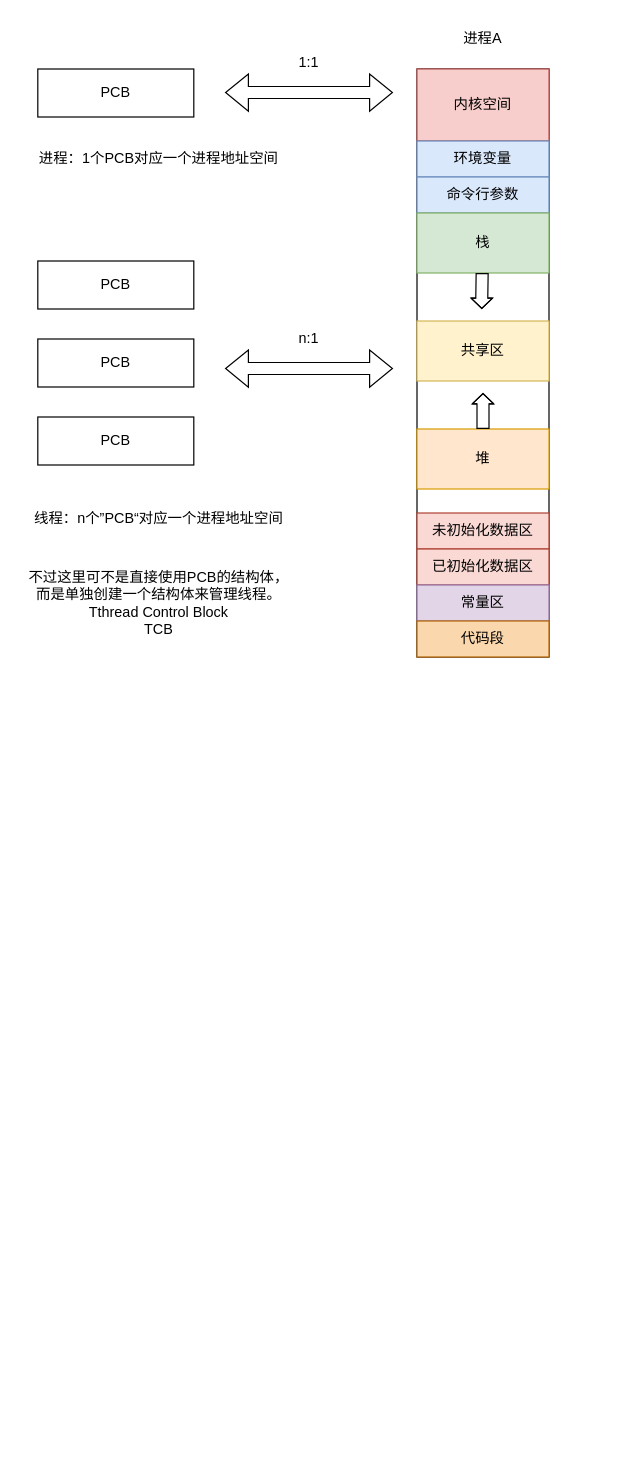
sfw003/sfw003.github.io keeps this draw.io diagram as page "线程" (2 of 3) of content/post/system/linux/linux进程管理/linux进程管理.drawio. Above is the earlier version. Source tidied: cells renumbered, new cells numbered last; positions are measured from the earlier drawing's top-left corner, leaving out a move shared by most shapes. Both pictures are drawn from the tidied source at 120%, with x=0, y=0 at pixel (20, 20).
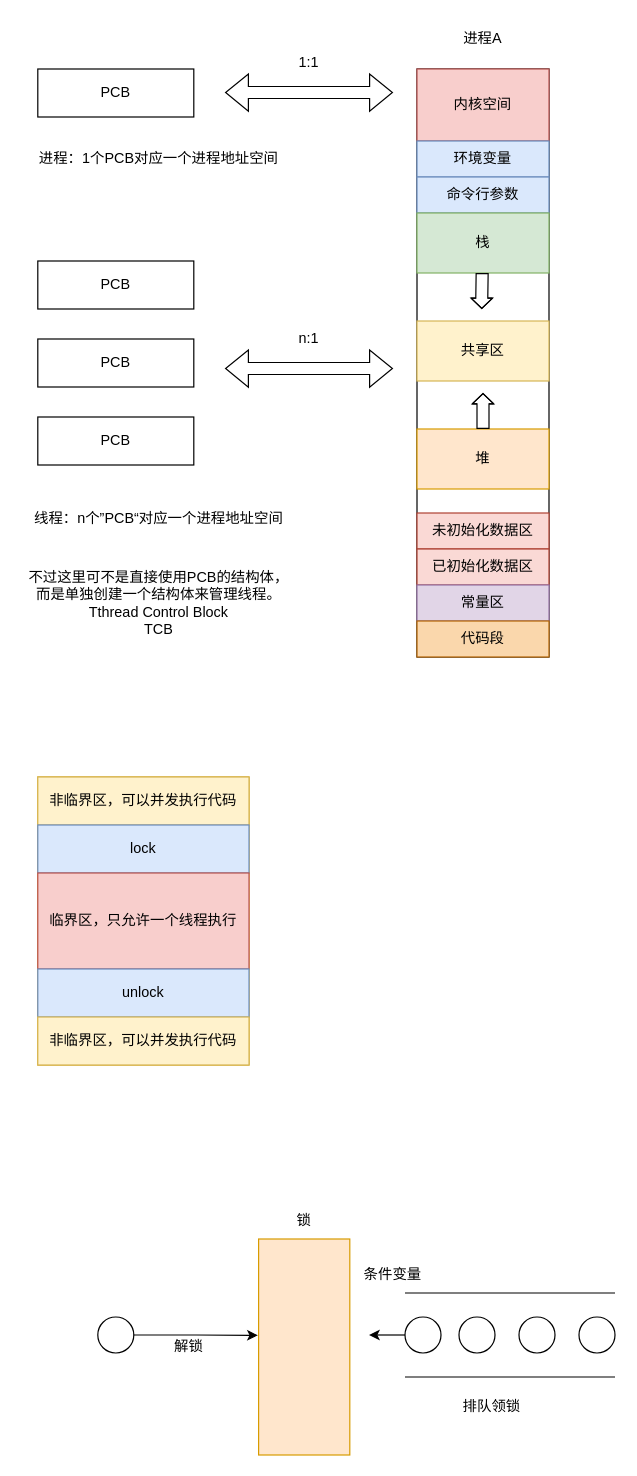
The same page after the edit.

Change to the diagram source:
```diff
@@
+    <mxCell id="27" style="rounded=0;whiteSpace=wrap;html=1;fillColor=#ffe6cc;strokeColor=#d79b00;" parent="1" vertex="1">
+      <mxGeometry x="14" y="630" width="176" height="240" as="geometry" />
+    </mxCell>
+    <mxCell id="28" style="rounded=0;whiteSpace=wrap;html=1;fillColor=#ffe6cc;strokeColor=#d79b00;" parent="1" vertex="1">
+      <mxGeometry x="198" y="1015" width="76" height="180" as="geometry" />
+    </mxCell>
+    <mxCell id="29" value="非临界区，可以并发执行代码" style="rounded=0;whiteSpace=wrap;html=1;fillColor=#fff2cc;strokeColor=#d6b656;" parent="1" vertex="1">
+      <mxGeometry x="14" y="630" width="176" height="40" as="geometry" />
+    </mxCell>
+    <mxCell id="30" value="lock" style="rounded=0;whiteSpace=wrap;html=1;fillColor=#dae8fc;strokeColor=#6c8ebf;" parent="1" vertex="1">
+      <mxGeometry x="14" y="670" width="176" height="40" as="geometry" />
+    </mxCell>
+    <mxCell id="31" value="临界区，只允许一个线程执行" style="rounded=0;whiteSpace=wrap;html=1;fillColor=#f8cecc;strokeColor=#b85450;" parent="1" vertex="1">
+      <mxGeometry x="14" y="710" width="176" height="80" as="geometry" />
+    </mxCell>
+    <mxCell id="32" value="unlock" style="rounded=0;whiteSpace=wrap;html=1;fillColor=#dae8fc;strokeColor=#6c8ebf;" parent="1" vertex="1">
+      <mxGeometry x="14" y="790" width="176" height="40" as="geometry" />
+    </mxCell>
+    <mxCell id="33" value="非临界区，可以并发执行代码" style="rounded=0;whiteSpace=wrap;html=1;fillColor=#fff2cc;strokeColor=#d6b656;" parent="1" vertex="1">
+      <mxGeometry x="14" y="830" width="176" height="40" as="geometry" />
+    </mxCell>
+    <mxCell id="34" style="ellipse;whiteSpace=wrap;html=1;" parent="1" vertex="1">
+      <mxGeometry x="365" y="1080" width="30" height="30" as="geometry" />
+    </mxCell>
+    <mxCell id="35" style="edgeStyle=orthogonalEdgeStyle;rounded=0;jettySize=auto;html=1;exitX=0;exitY=0.5;exitDx=0;exitDy=0;" parent="1" edge="1" source="36">
+      <mxGeometry relative="1" as="geometry">
+        <mxPoint x="290" y="1095.2" as="targetPoint" />
+      </mxGeometry>
+    </mxCell>
+    <mxCell id="36" style="ellipse;whiteSpace=wrap;html=1;" parent="1" vertex="1">
+      <mxGeometry x="320" y="1080" width="30" height="30" as="geometry" />
+    </mxCell>
+    <mxCell id="37" style="ellipse;whiteSpace=wrap;html=1;" parent="1" vertex="1">
+      <mxGeometry x="415" y="1080" width="30" height="30" as="geometry" />
+    </mxCell>
+    <mxCell id="38" style="ellipse;whiteSpace=wrap;html=1;" parent="1" vertex="1">
+      <mxGeometry x="465" y="1080" width="30" height="30" as="geometry" />
+    </mxCell>
+    <mxCell id="39" style="ellipse;whiteSpace=wrap;html=1;" parent="1" vertex="1">
+      <mxGeometry x="64" y="1080" width="30" height="30" as="geometry" />
+    </mxCell>
+    <mxCell id="40" value="锁" style="text;html=1;align=center;verticalAlign=middle;whiteSpace=wrap;rounded=0;" parent="1" vertex="1">
+      <mxGeometry x="206" y="985" width="60" height="30" as="geometry" />
+    </mxCell>
+    <mxCell id="41" value="解锁" style="text;html=1;align=center;verticalAlign=middle;whiteSpace=wrap;rounded=0;" parent="1" vertex="1">
+      <mxGeometry x="110" y="1090" width="60" height="30" as="geometry" />
+    </mxCell>
+    <mxCell id="42" style="edgeStyle=orthogonalEdgeStyle;rounded=0;jettySize=auto;html=1;exitX=1;exitY=0.5;exitDx=0;exitDy=0;entryX=-0.008;entryY=0.446;entryDx=0;entryDy=0;entryPerimeter=0;" parent="1" edge="1" source="39" target="28">
+      <mxGeometry relative="1" as="geometry" />
+    </mxCell>
+    <mxCell id="43" value="排队领锁" style="text;html=1;align=center;verticalAlign=middle;whiteSpace=wrap;rounded=0;" parent="1" vertex="1">
+      <mxGeometry x="340" y="1140" width="105" height="30" as="geometry" />
+    </mxCell>
+    <mxCell id="44" style="endArrow=none;html=1;rounded=0;" parent="1" edge="1">
+      <mxGeometry relative="1" as="geometry">
+        <mxPoint x="320" y="1060" as="sourcePoint" />
+        <mxPoint x="495" y="1060" as="targetPoint" />
+      </mxGeometry>
+    </mxCell>
+    <mxCell id="45" style="endArrow=none;html=1;rounded=0;" parent="1" edge="1">
+      <mxGeometry relative="1" as="geometry">
+        <mxPoint x="320" y="1130" as="sourcePoint" />
+        <mxPoint x="495" y="1130" as="targetPoint" />
+      </mxGeometry>
+    </mxCell>
+    <mxCell id="46" value="条件变量" style="text;html=1;align=center;verticalAlign=middle;whiteSpace=wrap;rounded=0;" parent="1" vertex="1">
+      <mxGeometry x="280" y="1030" width="60" height="30" as="geometry" />
+    </mxCell>
```
